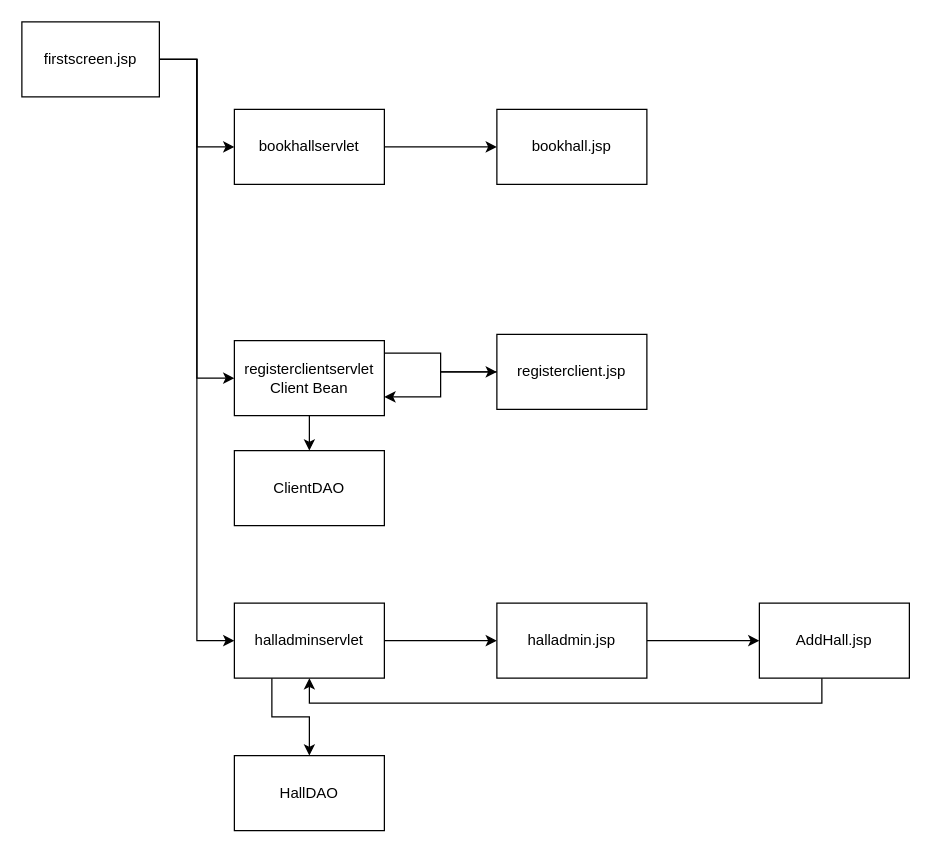
Earlier version of the draw.io diagram Semester_4/FinalAssignment/Modules.drawio (varunrao10/Sheridan-Java-Projects). Source tidied: cells renumbered, new cells numbered last; positions are measured from the earlier drawing's top-left corner, leaving out a move shared by most shapes. Both pictures are drawn from the tidied source at 125%, with x=0, y=0 at pixel (21, 21).
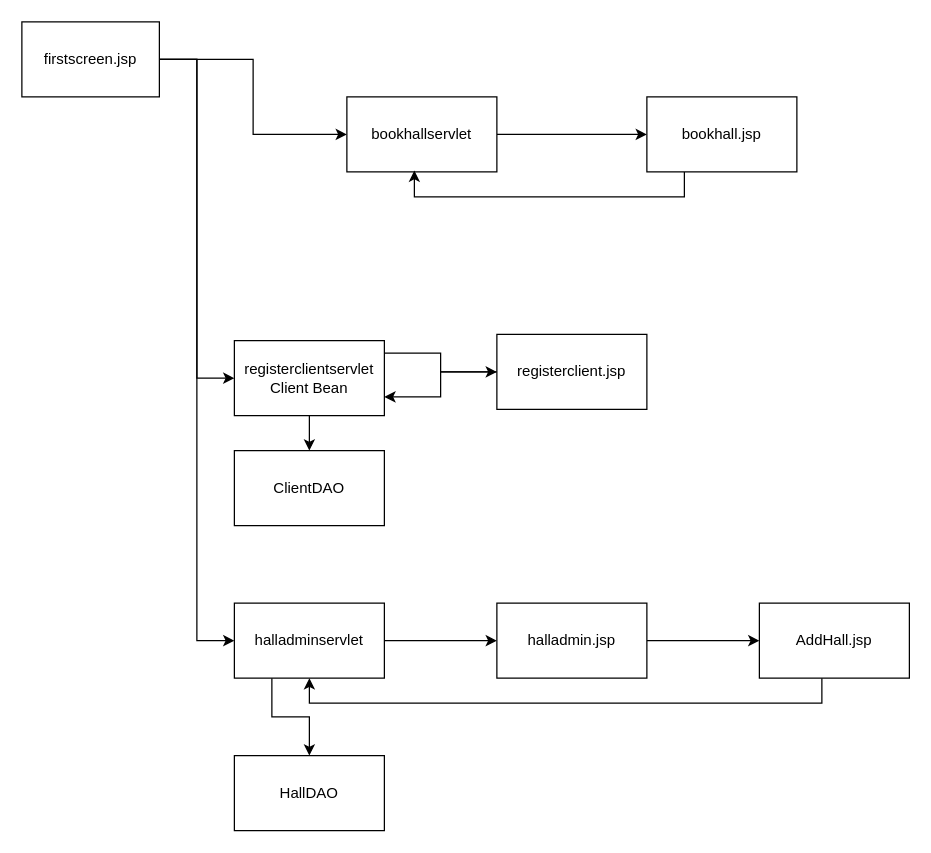
The same page after the edit.

The edit, as a diff of the source:
```diff
@@
     <mxCell id="7" value="bookhallservlet" style="rounded=0;whiteSpace=wrap;html=1;" parent="1" vertex="1">
-      <mxGeometry x="170" y="70" width="120" height="60" as="geometry" />
+      <mxGeometry x="260" y="60" width="120" height="60" as="geometry" />
     </mxCell>
@@
+    <mxCell id="23" style="edgeStyle=orthogonalEdgeStyle;rounded=0;jettySize=auto;html=1;entryX=0.45;entryY=0.983;entryDx=0;entryDy=0;entryPerimeter=0;" parent="1" edge="1" source="14" target="7">
+      <mxGeometry relative="1" as="geometry">
+        <Array as="points">
+          <mxPoint x="530" y="140" />
+          <mxPoint x="314" y="140" />
+        </Array>
+      </mxGeometry>
+    </mxCell>
     <mxCell id="14" value="bookhall.jsp" style="rounded=0;whiteSpace=wrap;html=1;" parent="1" vertex="1">
-      <mxGeometry x="380" y="70" width="120" height="60" as="geometry" />
+      <mxGeometry x="500" y="60" width="120" height="60" as="geometry" />
     </mxCell>
```
